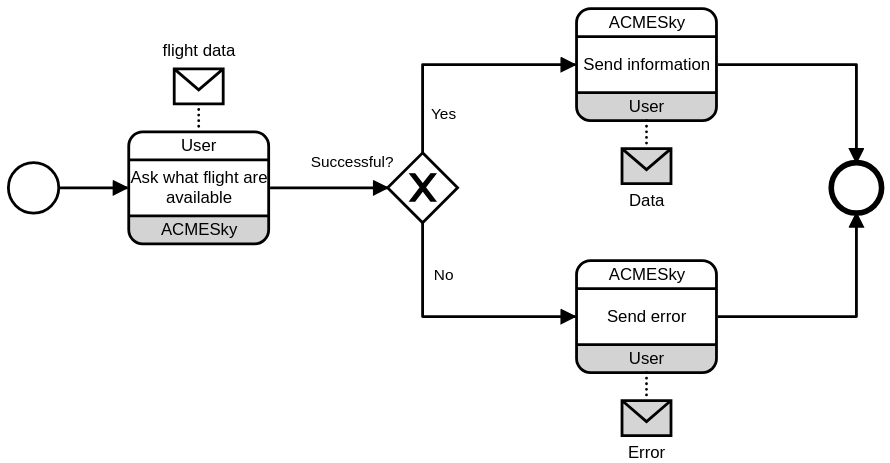
This is docs/assets/chor-bpmn/find-flight.bpmn.svg from gabrielegenovese/acmesky, a BPMN export, as it was before one commit. Its source is kept beside it as resources/bpmn-chors/find-flight.bpmn. Ids are renumbered. The source it was exported from:
```xml
<bpmn2:definitions xmlns:xsi="http://www.w3.org/2001/XMLSchema-instance" xmlns:bpmn2="http://www.omg.org/spec/BPMN/20100524/MODEL" xmlns:bpmndi="http://www.omg.org/spec/BPMN/20100524/DI" xmlns:dc="http://www.omg.org/spec/DD/20100524/DC" xmlns:di="http://www.omg.org/spec/DD/20100524/DI" xmlns:xs="http://www.w3.org/2001/XMLSchema" id="_tTv5YOycEeiHGOQ2NkJZNQ" targetNamespace="http://bpmn.io/schema/bpmn">
  <bpmn2:message id="Message_n1" name="Error" />
  <bpmn2:message id="Message_n2" name="Data" />
  <bpmn2:message id="Message_n3" />
  <bpmn2:message id="Message_n4" />
  <bpmn2:message id="Message_n5" name="flight data" />
  <bpmn2:choreography id="PizzaDelivery">
    <bpmn2:participant id="Participant_n6" name="User" />
    <bpmn2:participant id="Participant_n7" name="ACMESky" />
    <bpmn2:participant id="Participant_n8" name="Delivery Boy" />
    <bpmn2:messageFlow id="MessageFlow_n9" sourceRef="Participant_n6" targetRef="Participant_n7" messageRef="Message_n1" />
    <bpmn2:messageFlow id="MessageFlow_n10" sourceRef="Participant_n6" targetRef="Participant_n7" messageRef="Message_n2" />
    <bpmn2:messageFlow id="MessageFlow_n11" sourceRef="Participant_n7" targetRef="Participant_n6" messageRef="Message_n3" />
    <bpmn2:messageFlow id="MessageFlow_n12" sourceRef="Participant_n7" targetRef="Participant_n6" messageRef="Message_n4" />
    <bpmn2:messageFlow id="MessageFlow_n13" sourceRef="Participant_n6" targetRef="Participant_n7" messageRef="Message_n5" />
    <bpmn2:startEvent id="StartEvent_n14">
      <bpmn2:outgoing>SequenceFlow_n15</bpmn2:outgoing>
    </bpmn2:startEvent>
    <bpmn2:choreographyTask id="ChoreographyTask_n16" name="Ask what flight are available" initiatingParticipantRef="Participant_n6">
      <bpmn2:incoming>SequenceFlow_n15</bpmn2:incoming>
      <bpmn2:outgoing>Flow_n17</bpmn2:outgoing>
      <bpmn2:participantRef>Participant_n6</bpmn2:participantRef>
      <bpmn2:participantRef>Participant_n7</bpmn2:participantRef>
      <bpmn2:messageFlowRef>MessageFlow_n13</bpmn2:messageFlowRef>
    </bpmn2:choreographyTask>
    <bpmn2:sequenceFlow id="SequenceFlow_n15" sourceRef="StartEvent_n14" targetRef="ChoreographyTask_n16" />
    <bpmn2:sequenceFlow id="Flow_n17" sourceRef="ChoreographyTask_n16" targetRef="Gateway_n18" />
    <bpmn2:exclusiveGateway id="Gateway_n18" name="Successful?">
      <bpmn2:incoming>Flow_n17</bpmn2:incoming>
      <bpmn2:outgoing>Flow_n19</bpmn2:outgoing>
      <bpmn2:outgoing>Flow_n20</bpmn2:outgoing>
    </bpmn2:exclusiveGateway>
    <bpmn2:choreographyTask id="ChoreographyTask_n21" name="Send information" initiatingParticipantRef="Participant_n7">
      <bpmn2:incoming>Flow_n19</bpmn2:incoming>
      <bpmn2:outgoing>Flow_n22</bpmn2:outgoing>
      <bpmn2:participantRef>Participant_n7</bpmn2:participantRef>
      <bpmn2:participantRef>Participant_n6</bpmn2:participantRef>
      <bpmn2:messageFlowRef>MessageFlow_n10</bpmn2:messageFlowRef>
      <bpmn2:messageFlowRef>MessageFlow_n12</bpmn2:messageFlowRef>
    </bpmn2:choreographyTask>
    <bpmn2:sequenceFlow id="Flow_n19" name="Yes" sourceRef="Gateway_n18" targetRef="ChoreographyTask_n21" />
    <bpmn2:choreographyTask id="ChoreographyTask_n23" name="Send error" initiatingParticipantRef="Participant_n7">
      <bpmn2:incoming>Flow_n20</bpmn2:incoming>
      <bpmn2:outgoing>Flow_n24</bpmn2:outgoing>
      <bpmn2:participantRef>Participant_n7</bpmn2:participantRef>
      <bpmn2:participantRef>Participant_n6</bpmn2:participantRef>
      <bpmn2:messageFlowRef>MessageFlow_n9</bpmn2:messageFlowRef>
      <bpmn2:messageFlowRef>MessageFlow_n11</bpmn2:messageFlowRef>
    </bpmn2:choreographyTask>
    <bpmn2:sequenceFlow id="Flow_n20" name="No" sourceRef="Gateway_n18" targetRef="ChoreographyTask_n23" />
    <bpmn2:endEvent id="Event_n25">
      <bpmn2:incoming>Flow_n24</bpmn2:incoming>
      <bpmn2:incoming>Flow_n22</bpmn2:incoming>
    </bpmn2:endEvent>
    <bpmn2:sequenceFlow id="Flow_n24" sourceRef="ChoreographyTask_n23" targetRef="Event_n25" />
    <bpmn2:sequenceFlow id="Flow_n22" sourceRef="ChoreographyTask_n21" targetRef="Event_n25" />
  </bpmn2:choreography>
  <bpmndi:BPMNDiagram id="BPMNDiagram_1">
    <bpmndi:BPMNPlane id="BPMNPlane_Choreography_1" bpmnElement="PizzaDelivery">
      <bpmndi:BPMNShape id="StartEvent_n14_di" bpmnElement="StartEvent_n14">
        <dc:Bounds x="204" y="350" width="36" height="36" />
      </bpmndi:BPMNShape>
      <bpmndi:BPMNShape id="ChoreographyTask_n16_di" bpmnElement="ChoreographyTask_n16">
        <dc:Bounds x="290" y="328" width="100" height="80" />
      </bpmndi:BPMNShape>
      <bpmndi:BPMNShape id="BPMNShape_n26" bpmnElement="Participant_n6" isMessageVisible="true" participantBandKind="top_initiating" choreographyActivityShape="ChoreographyTask_n16_di">
        <dc:Bounds x="290" y="328" width="100" height="20" />
      </bpmndi:BPMNShape>
      <bpmndi:BPMNShape id="BPMNShape_n27" bpmnElement="Participant_n7" isMessageVisible="true" participantBandKind="bottom_non_initiating" choreographyActivityShape="ChoreographyTask_n16_di">
        <dc:Bounds x="290" y="388" width="100" height="20" />
      </bpmndi:BPMNShape>
      <bpmndi:BPMNEdge id="SequenceFlow_n15_di" bpmnElement="SequenceFlow_n15">
        <di:waypoint x="240" y="368" />
        <di:waypoint x="289" y="368" />
      </bpmndi:BPMNEdge>
      <bpmndi:BPMNEdge id="Flow_n17_di" bpmnElement="Flow_n17">
        <di:waypoint x="391" y="368" />
        <di:waypoint x="475" y="368" />
      </bpmndi:BPMNEdge>
      <bpmndi:BPMNShape id="Gateway_03w7w2x_di" bpmnElement="Gateway_n18" isMarkerVisible="true">
        <dc:Bounds x="475" y="343" width="50" height="50" />
        <bpmndi:BPMNLabel>
          <dc:Bounds x="420" y="343" width="60" height="14" />
        </bpmndi:BPMNLabel>
      </bpmndi:BPMNShape>
      <bpmndi:BPMNShape id="ChoreographyTask_n21_di" bpmnElement="ChoreographyTask_n21">
        <dc:Bounds x="610" y="240" width="100" height="80" />
      </bpmndi:BPMNShape>
      <bpmndi:BPMNShape id="BPMNShape_n28" bpmnElement="Participant_n7" isMessageVisible="false" participantBandKind="top_initiating" choreographyActivityShape="ChoreographyTask_n21_di">
        <dc:Bounds x="610" y="240" width="100" height="20" />
      </bpmndi:BPMNShape>
      <bpmndi:BPMNShape id="BPMNShape_n29" bpmnElement="Participant_n6" isMessageVisible="true" participantBandKind="bottom_non_initiating" choreographyActivityShape="ChoreographyTask_n21_di">
        <dc:Bounds x="610" y="300" width="100" height="20" />
      </bpmndi:BPMNShape>
      <bpmndi:BPMNEdge id="Flow_n19_di" bpmnElement="Flow_n19">
        <di:waypoint x="500" y="343" />
        <di:waypoint x="500" y="280" />
        <di:waypoint x="609" y="280" />
        <bpmndi:BPMNLabel>
          <dc:Bounds x="506" y="309" width="18" height="14" />
        </bpmndi:BPMNLabel>
      </bpmndi:BPMNEdge>
      <bpmndi:BPMNShape id="ChoreographyTask_n23_di" bpmnElement="ChoreographyTask_n23">
        <dc:Bounds x="610" y="420" width="100" height="80" />
      </bpmndi:BPMNShape>
      <bpmndi:BPMNShape id="BPMNShape_n30" bpmnElement="Participant_n7" isMessageVisible="false" participantBandKind="top_initiating" choreographyActivityShape="ChoreographyTask_n23_di">
        <dc:Bounds x="610" y="420" width="100" height="20" />
      </bpmndi:BPMNShape>
      <bpmndi:BPMNShape id="BPMNShape_n31" bpmnElement="Participant_n6" isMessageVisible="true" participantBandKind="bottom_non_initiating" choreographyActivityShape="ChoreographyTask_n23_di">
        <dc:Bounds x="610" y="480" width="100" height="20" />
      </bpmndi:BPMNShape>
      <bpmndi:BPMNEdge id="Flow_n20_di" bpmnElement="Flow_n20">
        <di:waypoint x="500" y="393" />
        <di:waypoint x="500" y="460" />
        <di:waypoint x="609" y="460" />
        <bpmndi:BPMNLabel>
          <dc:Bounds x="508" y="424" width="15" height="14" />
        </bpmndi:BPMNLabel>
      </bpmndi:BPMNEdge>
      <bpmndi:BPMNShape id="Event_n25_di" bpmnElement="Event_n25">
        <dc:Bounds x="792" y="350" width="36" height="36" />
      </bpmndi:BPMNShape>
      <bpmndi:BPMNEdge id="Flow_n24_di" bpmnElement="Flow_n24">
        <di:waypoint x="711" y="460" />
        <di:waypoint x="810" y="460" />
        <di:waypoint x="810" y="386" />
      </bpmndi:BPMNEdge>
      <bpmndi:BPMNEdge id="Flow_n22_di" bpmnElement="Flow_n22">
        <di:waypoint x="711" y="280" />
        <di:waypoint x="810" y="280" />
        <di:waypoint x="810" y="350" />
      </bpmndi:BPMNEdge>
    </bpmndi:BPMNPlane>
    <bpmndi:BPMNLabelStyle id="BPMNLabelStyle_1">
      <dc:Font name="arial" size="9" />
    </bpmndi:BPMNLabelStyle>
  </bpmndi:BPMNDiagram>
</bpmn2:definitions>
```
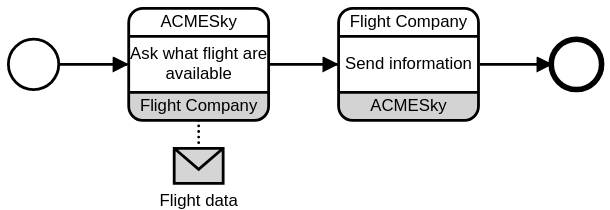
After the change.

Commit message:
better bpmn chors

Change to the diagram source:
```diff
@@ -1,59 +1,38 @@
 <bpmn2:definitions xmlns:xsi="http://www.w3.org/2001/XMLSchema-instance" xmlns:bpmn2="http://www.omg.org/spec/BPMN/20100524/MODEL" xmlns:bpmndi="http://www.omg.org/spec/BPMN/20100524/DI" xmlns:dc="http://www.omg.org/spec/DD/20100524/DC" xmlns:di="http://www.omg.org/spec/DD/20100524/DI" xmlns:xs="http://www.w3.org/2001/XMLSchema" id="_tTv5YOycEeiHGOQ2NkJZNQ" targetNamespace="http://bpmn.io/schema/bpmn">
-  <bpmn2:message id="Message_n1" name="Error" />
-  <bpmn2:message id="Message_n2" name="Data" />
-  <bpmn2:message id="Message_n3" />
-  <bpmn2:message id="Message_n4" />
+  <bpmn2:message id="Message_n32" name="Flight data" />
+  <bpmn2:message id="Message_n33" />
   <bpmn2:message id="Message_n5" name="flight data" />
   <bpmn2:choreography id="PizzaDelivery">
-    <bpmn2:participant id="Participant_n6" name="User" />
-    <bpmn2:participant id="Participant_n7" name="ACMESky" />
+    <bpmn2:participant id="Participant_n6" name="ACMESky" />
+    <bpmn2:participant id="Participant_n7" name="Flight Company" />
     <bpmn2:participant id="Participant_n8" name="Delivery Boy" />
-    <bpmn2:messageFlow id="MessageFlow_n9" sourceRef="Participant_n6" targetRef="Participant_n7" messageRef="Message_n1" />
-    <bpmn2:messageFlow id="MessageFlow_n10" sourceRef="Participant_n6" targetRef="Participant_n7" messageRef="Message_n2" />
-    <bpmn2:messageFlow id="MessageFlow_n11" sourceRef="Participant_n7" targetRef="Participant_n6" messageRef="Message_n3" />
-    <bpmn2:messageFlow id="MessageFlow_n12" sourceRef="Participant_n7" targetRef="Participant_n6" messageRef="Message_n4" />
+    <bpmn2:messageFlow id="MessageFlow_n34" sourceRef="Participant_n7" targetRef="Participant_n6" messageRef="Message_n32" />
+    <bpmn2:messageFlow id="MessageFlow_n35" sourceRef="Participant_n7" targetRef="Participant_n6" messageRef="Message_n33" />
     <bpmn2:messageFlow id="MessageFlow_n13" sourceRef="Participant_n6" targetRef="Participant_n7" messageRef="Message_n5" />
     <bpmn2:startEvent id="StartEvent_n14">
       <bpmn2:outgoing>SequenceFlow_n15</bpmn2:outgoing>
     </bpmn2:startEvent>
     <bpmn2:choreographyTask id="ChoreographyTask_n16" name="Ask what flight are available" initiatingParticipantRef="Participant_n6">
       <bpmn2:incoming>SequenceFlow_n15</bpmn2:incoming>
-      <bpmn2:outgoing>Flow_n17</bpmn2:outgoing>
+      <bpmn2:outgoing>Flow_n36</bpmn2:outgoing>
       <bpmn2:participantRef>Participant_n6</bpmn2:participantRef>
       <bpmn2:participantRef>Participant_n7</bpmn2:participantRef>
+      <bpmn2:messageFlowRef>MessageFlow_n34</bpmn2:messageFlowRef>
       <bpmn2:messageFlowRef>MessageFlow_n13</bpmn2:messageFlowRef>
     </bpmn2:choreographyTask>
     <bpmn2:sequenceFlow id="SequenceFlow_n15" sourceRef="StartEvent_n14" targetRef="ChoreographyTask_n16" />
-    <bpmn2:sequenceFlow id="Flow_n17" sourceRef="ChoreographyTask_n16" targetRef="Gateway_n18" />
-    <bpmn2:exclusiveGateway id="Gateway_n18" name="Successful?">
-      <bpmn2:incoming>Flow_n17</bpmn2:incoming>
-      <bpmn2:outgoing>Flow_n19</bpmn2:outgoing>
-      <bpmn2:outgoing>Flow_n20</bpmn2:outgoing>
-    </bpmn2:exclusiveGateway>
-    <bpmn2:choreographyTask id="ChoreographyTask_n21" name="Send information" initiatingParticipantRef="Participant_n7">
-      <bpmn2:incoming>Flow_n19</bpmn2:incoming>
-      <bpmn2:outgoing>Flow_n22</bpmn2:outgoing>
+    <bpmn2:choreographyTask id="ChoreographyTask_n37" name="Send information" initiatingParticipantRef="Participant_n7">
+      <bpmn2:incoming>Flow_n36</bpmn2:incoming>
+      <bpmn2:outgoing>Flow_n38</bpmn2:outgoing>
       <bpmn2:participantRef>Participant_n7</bpmn2:participantRef>
       <bpmn2:participantRef>Participant_n6</bpmn2:participantRef>
-      <bpmn2:messageFlowRef>MessageFlow_n10</bpmn2:messageFlowRef>
-      <bpmn2:messageFlowRef>MessageFlow_n12</bpmn2:messageFlowRef>
+      <bpmn2:messageFlowRef>MessageFlow_n35</bpmn2:messageFlowRef>
     </bpmn2:choreographyTask>
-    <bpmn2:sequenceFlow id="Flow_n19" name="Yes" sourceRef="Gateway_n18" targetRef="ChoreographyTask_n21" />
-    <bpmn2:choreographyTask id="ChoreographyTask_n23" name="Send error" initiatingParticipantRef="Participant_n7">
-      <bpmn2:incoming>Flow_n20</bpmn2:incoming>
-      <bpmn2:outgoing>Flow_n24</bpmn2:outgoing>
-      <bpmn2:participantRef>Participant_n7</bpmn2:participantRef>
-      <bpmn2:participantRef>Participant_n6</bpmn2:participantRef>
-      <bpmn2:messageFlowRef>MessageFlow_n9</bpmn2:messageFlowRef>
-      <bpmn2:messageFlowRef>MessageFlow_n11</bpmn2:messageFlowRef>
-    </bpmn2:choreographyTask>
-    <bpmn2:sequenceFlow id="Flow_n20" name="No" sourceRef="Gateway_n18" targetRef="ChoreographyTask_n23" />
-    <bpmn2:endEvent id="Event_n25">
-      <bpmn2:incoming>Flow_n24</bpmn2:incoming>
-      <bpmn2:incoming>Flow_n22</bpmn2:incoming>
+    <bpmn2:sequenceFlow id="Flow_n36" sourceRef="ChoreographyTask_n16" targetRef="ChoreographyTask_n37" />
+    <bpmn2:endEvent id="Event_n39">
+      <bpmn2:incoming>Flow_n38</bpmn2:incoming>
     </bpmn2:endEvent>
-    <bpmn2:sequenceFlow id="Flow_n24" sourceRef="ChoreographyTask_n23" targetRef="Event_n25" />
-    <bpmn2:sequenceFlow id="Flow_n22" sourceRef="ChoreographyTask_n21" targetRef="Event_n25" />
+    <bpmn2:sequenceFlow id="Flow_n38" sourceRef="ChoreographyTask_n37" targetRef="Event_n39" />
   </bpmn2:choreography>
   <bpmndi:BPMNDiagram id="BPMNDiagram_1">
     <bpmndi:BPMNPlane id="BPMNPlane_Choreography_1" bpmnElement="PizzaDelivery">
@@ -63,7 +42,7 @@
       <bpmndi:BPMNShape id="ChoreographyTask_n16_di" bpmnElement="ChoreographyTask_n16">
         <dc:Bounds x="290" y="328" width="100" height="80" />
       </bpmndi:BPMNShape>
-      <bpmndi:BPMNShape id="BPMNShape_n26" bpmnElement="Participant_n6" isMessageVisible="true" participantBandKind="top_initiating" choreographyActivityShape="ChoreographyTask_n16_di">
+      <bpmndi:BPMNShape id="BPMNShape_n26" bpmnElement="Participant_n6" isMessageVisible="false" participantBandKind="top_initiating" choreographyActivityShape="ChoreographyTask_n16_di">
         <dc:Bounds x="290" y="328" width="100" height="20" />
       </bpmndi:BPMNShape>
       <bpmndi:BPMNShape id="BPMNShape_n27" bpmnElement="Participant_n7" isMessageVisible="true" participantBandKind="bottom_non_initiating" choreographyActivityShape="ChoreographyTask_n16_di">
@@ -73,62 +52,25 @@
         <di:waypoint x="240" y="368" />
         <di:waypoint x="289" y="368" />
       </bpmndi:BPMNEdge>
-      <bpmndi:BPMNEdge id="Flow_n17_di" bpmnElement="Flow_n17">
+      <bpmndi:BPMNShape id="ChoreographyTask_n37_di" bpmnElement="ChoreographyTask_n37">
+        <dc:Bounds x="440" y="328" width="100" height="80" />
+      </bpmndi:BPMNShape>
+      <bpmndi:BPMNShape id="BPMNShape_n40" bpmnElement="Participant_n7" isMessageVisible="false" participantBandKind="top_initiating" choreographyActivityShape="ChoreographyTask_n37_di">
+        <dc:Bounds x="440" y="328" width="100" height="20" />
+      </bpmndi:BPMNShape>
+      <bpmndi:BPMNShape id="BPMNShape_n41" bpmnElement="Participant_n6" isMessageVisible="false" participantBandKind="bottom_non_initiating" choreographyActivityShape="ChoreographyTask_n37_di">
+        <dc:Bounds x="440" y="388" width="100" height="20" />
+      </bpmndi:BPMNShape>
+      <bpmndi:BPMNEdge id="Flow_n36_di" bpmnElement="Flow_n36">
         <di:waypoint x="391" y="368" />
-        <di:waypoint x="475" y="368" />
+        <di:waypoint x="439" y="368" />
       </bpmndi:BPMNEdge>
-      <bpmndi:BPMNShape id="Gateway_03w7w2x_di" bpmnElement="Gateway_n18" isMarkerVisible="true">
-        <dc:Bounds x="475" y="343" width="50" height="50" />
-        <bpmndi:BPMNLabel>
-          <dc:Bounds x="420" y="343" width="60" height="14" />
-        </bpmndi:BPMNLabel>
+      <bpmndi:BPMNShape id="Event_n39_di" bpmnElement="Event_n39">
+        <dc:Bounds x="592" y="350" width="36" height="36" />
       </bpmndi:BPMNShape>
-      <bpmndi:BPMNShape id="ChoreographyTask_n21_di" bpmnElement="ChoreographyTask_n21">
-        <dc:Bounds x="610" y="240" width="100" height="80" />
-      </bpmndi:BPMNShape>
-      <bpmndi:BPMNShape id="BPMNShape_n28" bpmnElement="Participant_n7" isMessageVisible="false" participantBandKind="top_initiating" choreographyActivityShape="ChoreographyTask_n21_di">
-        <dc:Bounds x="610" y="240" width="100" height="20" />
-      </bpmndi:BPMNShape>
-      <bpmndi:BPMNShape id="BPMNShape_n29" bpmnElement="Participant_n6" isMessageVisible="true" participantBandKind="bottom_non_initiating" choreographyActivityShape="ChoreographyTask_n21_di">
-        <dc:Bounds x="610" y="300" width="100" height="20" />
-      </bpmndi:BPMNShape>
-      <bpmndi:BPMNEdge id="Flow_n19_di" bpmnElement="Flow_n19">
-        <di:waypoint x="500" y="343" />
-        <di:waypoint x="500" y="280" />
-        <di:waypoint x="609" y="280" />
-        <bpmndi:BPMNLabel>
-          <dc:Bounds x="506" y="309" width="18" height="14" />
-        </bpmndi:BPMNLabel>
-      </bpmndi:BPMNEdge>
-      <bpmndi:BPMNShape id="ChoreographyTask_n23_di" bpmnElement="ChoreographyTask_n23">
-        <dc:Bounds x="610" y="420" width="100" height="80" />
-      </bpmndi:BPMNShape>
-      <bpmndi:BPMNShape id="BPMNShape_n30" bpmnElement="Participant_n7" isMessageVisible="false" participantBandKind="top_initiating" choreographyActivityShape="ChoreographyTask_n23_di">
-        <dc:Bounds x="610" y="420" width="100" height="20" />
-      </bpmndi:BPMNShape>
-      <bpmndi:BPMNShape id="BPMNShape_n31" bpmnElement="Participant_n6" isMessageVisible="true" participantBandKind="bottom_non_initiating" choreographyActivityShape="ChoreographyTask_n23_di">
-        <dc:Bounds x="610" y="480" width="100" height="20" />
-      </bpmndi:BPMNShape>
-      <bpmndi:BPMNEdge id="Flow_n20_di" bpmnElement="Flow_n20">
-        <di:waypoint x="500" y="393" />
-        <di:waypoint x="500" y="460" />
-        <di:waypoint x="609" y="460" />
-        <bpmndi:BPMNLabel>
-          <dc:Bounds x="508" y="424" width="15" height="14" />
-        </bpmndi:BPMNLabel>
-      </bpmndi:BPMNEdge>
-      <bpmndi:BPMNShape id="Event_n25_di" bpmnElement="Event_n25">
-        <dc:Bounds x="792" y="350" width="36" height="36" />
-      </bpmndi:BPMNShape>
-      <bpmndi:BPMNEdge id="Flow_n24_di" bpmnElement="Flow_n24">
-        <di:waypoint x="711" y="460" />
-        <di:waypoint x="810" y="460" />
-        <di:waypoint x="810" y="386" />
-      </bpmndi:BPMNEdge>
-      <bpmndi:BPMNEdge id="Flow_n22_di" bpmnElement="Flow_n22">
-        <di:waypoint x="711" y="280" />
-        <di:waypoint x="810" y="280" />
-        <di:waypoint x="810" y="350" />
+      <bpmndi:BPMNEdge id="Flow_n38_di" bpmnElement="Flow_n38">
+        <di:waypoint x="541" y="368" />
+        <di:waypoint x="592" y="368" />
       </bpmndi:BPMNEdge>
     </bpmndi:BPMNPlane>
     <bpmndi:BPMNLabelStyle id="BPMNLabelStyle_1">
```
